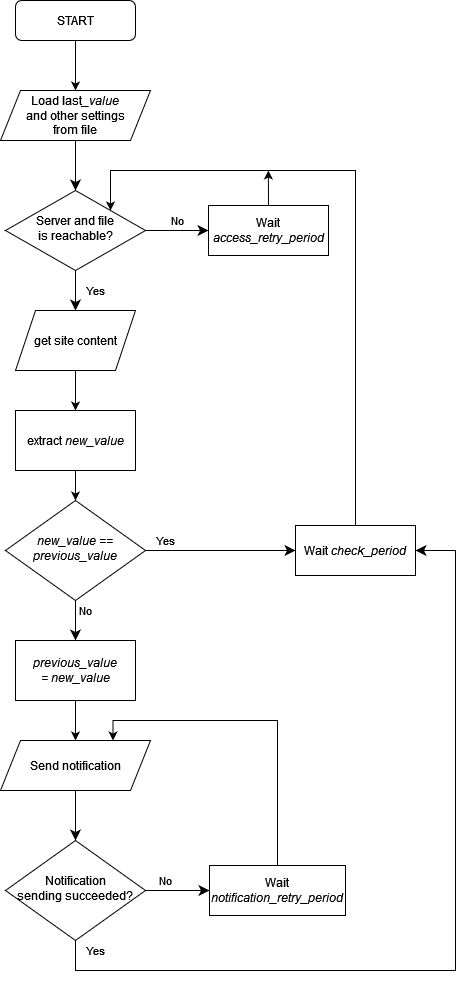
Earlier version of the draw.io export algorithm.drawio.png (Poly-Mentor/pans-webscraper). Source tidied: cells renumbered, new cells last; positions are measured from the earlier drawing's top-left corner, leaving out a move shared by most shapes. The source it was exported from:
```xml
<mxGraphModel>
  <root>
    <mxCell id="0" />
    <mxCell id="1" parent="0" />
    <mxCell id="2" style="rounded=0;html=1;jettySize=auto;fontSize=11;endArrow=classic;endFill=1;endSize=8;strokeWidth=1;shadow=0;labelBackgroundColor=none;edgeStyle=orthogonalEdgeStyle;exitX=0.5;exitY=1;exitDx=0;exitDy=0;" parent="1" edge="1" source="17" target="6">
      <mxGeometry relative="1" as="geometry" />
    </mxCell>
    <mxCell id="3" value="START" style="rounded=1;whiteSpace=wrap;html=1;fontSize=12;glass=0;strokeWidth=1;shadow=0;" parent="1" vertex="1">
      <mxGeometry x="15" width="120" height="40" as="geometry" />
    </mxCell>
    <mxCell id="4" value="Yes" style="rounded=0;html=1;jettySize=auto;fontSize=11;endArrow=classic;endFill=1;endSize=8;strokeWidth=1;shadow=0;labelBackgroundColor=none;edgeStyle=orthogonalEdgeStyle;entryX=0.5;entryY=0;entryDx=0;entryDy=0;" parent="1" edge="1" source="6" target="12">
      <mxGeometry y="20" relative="1" as="geometry" />
    </mxCell>
    <mxCell id="5" value="No" style="edgeStyle=orthogonalEdgeStyle;rounded=0;html=1;jettySize=auto;fontSize=11;endArrow=classic;endFill=1;endSize=8;strokeWidth=1;shadow=0;labelBackgroundColor=none;entryX=0;entryY=0.5;entryDx=0;entryDy=0;" parent="1" edge="1" source="6" target="8">
      <mxGeometry y="10" relative="1" as="geometry" />
    </mxCell>
    <mxCell id="6" value="Server and file&lt;div&gt;is reachable?&lt;/div&gt;" style="rhombus;whiteSpace=wrap;html=1;shadow=0;fontFamily=Helvetica;fontSize=12;align=center;strokeWidth=1;spacing=6;spacingTop=-4;" parent="1" vertex="1">
      <mxGeometry x="5" y="190" width="140" height="80" as="geometry" />
    </mxCell>
    <mxCell id="7" style="edgeStyle=orthogonalEdgeStyle;rounded=0;jettySize=auto;html=1;exitX=0.5;exitY=0;exitDx=0;exitDy=0;" parent="1" edge="1" source="8">
      <mxGeometry relative="1" as="geometry">
        <mxPoint x="267.9" y="170" as="targetPoint" />
      </mxGeometry>
    </mxCell>
    <mxCell id="8" value="Wait &lt;i&gt;access_retry_period&lt;/i&gt;" style="rounded=0;whiteSpace=wrap;html=1;fontSize=12;glass=0;strokeWidth=1;shadow=0;" parent="1" vertex="1">
      <mxGeometry x="208" y="205" width="120" height="50" as="geometry" />
    </mxCell>
    <mxCell id="9" value="No" style="rounded=0;html=1;jettySize=auto;fontSize=11;endArrow=classic;endFill=1;endSize=8;strokeWidth=1;shadow=0;labelBackgroundColor=none;edgeStyle=orthogonalEdgeStyle;entryX=0.5;entryY=0;entryDx=0;entryDy=0;" parent="1" edge="1" source="11" target="28">
      <mxGeometry x="-0.5" y="10" relative="1" as="geometry" />
    </mxCell>
    <mxCell id="10" value="Yes" style="edgeStyle=orthogonalEdgeStyle;rounded=0;html=1;jettySize=auto;fontSize=11;endArrow=classic;endFill=1;endSize=8;strokeWidth=1;shadow=0;labelBackgroundColor=none;entryX=0;entryY=0.5;entryDx=0;entryDy=0;" parent="1" edge="1" source="11" target="19">
      <mxGeometry x="-0.73" y="10" relative="1" as="geometry" />
    </mxCell>
    <mxCell id="11" value="&lt;i&gt;new_value == previous&lt;/i&gt;&lt;i&gt;_value&lt;/i&gt;" style="rhombus;whiteSpace=wrap;html=1;shadow=0;fontFamily=Helvetica;fontSize=12;align=center;strokeWidth=1;spacing=6;spacingTop=-4;" parent="1" vertex="1">
      <mxGeometry x="5" y="500" width="140" height="100" as="geometry" />
    </mxCell>
    <mxCell id="12" value="get site content" style="shape=parallelogram;perimeter=parallelogramPerimeter;whiteSpace=wrap;html=1;fixedSize=1;" parent="1" vertex="1">
      <mxGeometry x="15" y="310" width="120" height="60" as="geometry" />
    </mxCell>
    <mxCell id="13" value="extract &lt;i&gt;new_value&lt;/i&gt;" style="rounded=0;whiteSpace=wrap;html=1;" parent="1" vertex="1">
      <mxGeometry x="15" y="410" width="120" height="60" as="geometry" />
    </mxCell>
    <mxCell id="14" style="endArrow=classic;html=1;rounded=0;exitX=0.5;exitY=1;exitDx=0;exitDy=0;entryX=0.5;entryY=0;entryDx=0;entryDy=0;" parent="1" edge="1" source="12" target="13">
      <mxGeometry relative="1" as="geometry" />
    </mxCell>
    <mxCell id="15" style="endArrow=classic;html=1;rounded=0;exitX=0.5;exitY=1;exitDx=0;exitDy=0;entryX=0.5;entryY=0;entryDx=0;entryDy=0;" parent="1" edge="1" source="13" target="11">
      <mxGeometry relative="1" as="geometry" />
    </mxCell>
    <mxCell id="16" style="endArrow=classic;html=1;rounded=0;exitX=0.5;exitY=1;exitDx=0;exitDy=0;entryX=0.5;entryY=0;entryDx=0;entryDy=0;" parent="1" edge="1" source="3" target="17">
      <mxGeometry relative="1" as="geometry" />
    </mxCell>
    <mxCell id="17" value="Load last&lt;i&gt;_value&lt;/i&gt;&lt;div&gt;and other settings&lt;div&gt;from file&lt;/div&gt;&lt;/div&gt;" style="shape=parallelogram;perimeter=parallelogramPerimeter;whiteSpace=wrap;html=1;fixedSize=1;" parent="1" vertex="1">
      <mxGeometry y="90" width="150" height="50" as="geometry" />
    </mxCell>
    <mxCell id="18" style="edgeStyle=orthogonalEdgeStyle;rounded=0;jettySize=auto;html=1;exitX=0.5;exitY=0;exitDx=0;exitDy=0;entryX=1;entryY=0;entryDx=0;entryDy=0;" parent="1" edge="1" source="19" target="6">
      <mxGeometry relative="1" as="geometry">
        <Array as="points">
          <mxPoint x="355" y="170" />
          <mxPoint x="110" y="170" />
        </Array>
      </mxGeometry>
    </mxCell>
    <mxCell id="19" value="Wait &lt;i&gt;check_period&lt;/i&gt;" style="rounded=0;whiteSpace=wrap;html=1;fontSize=12;glass=0;strokeWidth=1;shadow=0;" parent="1" vertex="1">
      <mxGeometry x="295" y="525" width="120" height="50" as="geometry" />
    </mxCell>
    <mxCell id="20" style="rounded=0;html=1;jettySize=auto;fontSize=11;endArrow=classic;endFill=1;endSize=8;strokeWidth=1;shadow=0;labelBackgroundColor=none;edgeStyle=orthogonalEdgeStyle;exitX=0.5;exitY=1;exitDx=0;exitDy=0;" parent="1" edge="1" source="26" target="23">
      <mxGeometry relative="1" as="geometry" />
    </mxCell>
    <mxCell id="21" value="Yes" style="rounded=0;html=1;jettySize=auto;fontSize=11;endArrow=classic;endFill=1;endSize=8;strokeWidth=1;shadow=0;labelBackgroundColor=none;edgeStyle=orthogonalEdgeStyle;entryX=1;entryY=0.5;entryDx=0;entryDy=0;" parent="1" edge="1" source="23" target="19">
      <mxGeometry x="-0.98" y="20" relative="1" as="geometry">
        <Array as="points">
          <mxPoint x="75" y="970" />
          <mxPoint x="455" y="970" />
          <mxPoint x="455" y="550" />
        </Array>
      </mxGeometry>
    </mxCell>
    <mxCell id="22" value="No" style="edgeStyle=orthogonalEdgeStyle;rounded=0;html=1;jettySize=auto;fontSize=11;endArrow=classic;endFill=1;endSize=8;strokeWidth=1;shadow=0;labelBackgroundColor=none;entryX=0;entryY=0.5;entryDx=0;entryDy=0;" parent="1" edge="1" source="23" target="25">
      <mxGeometry x="-0.38" y="10" relative="1" as="geometry" />
    </mxCell>
    <mxCell id="23" value="Notification&lt;div&gt;sending succeeded?&lt;/div&gt;" style="rhombus;whiteSpace=wrap;html=1;shadow=0;fontFamily=Helvetica;fontSize=12;align=center;strokeWidth=1;spacing=6;spacingTop=-4;" parent="1" vertex="1">
      <mxGeometry x="5" y="840" width="140" height="100" as="geometry" />
    </mxCell>
    <mxCell id="24" style="edgeStyle=orthogonalEdgeStyle;rounded=0;jettySize=auto;html=1;exitX=0.5;exitY=0;exitDx=0;exitDy=0;entryX=0.75;entryY=0;entryDx=0;entryDy=0;" parent="1" edge="1" source="25" target="26">
      <mxGeometry relative="1" as="geometry" />
    </mxCell>
    <mxCell id="25" value="Wait &lt;i&gt;notification_retry_period&lt;/i&gt;" style="rounded=0;whiteSpace=wrap;html=1;fontSize=12;glass=0;strokeWidth=1;shadow=0;" parent="1" vertex="1">
      <mxGeometry x="209" y="865" width="136" height="50" as="geometry" />
    </mxCell>
    <mxCell id="26" value="Send notification" style="shape=parallelogram;perimeter=parallelogramPerimeter;whiteSpace=wrap;html=1;fixedSize=1;" parent="1" vertex="1">
      <mxGeometry y="740" width="150" height="50" as="geometry" />
    </mxCell>
    <mxCell id="27" style="edgeStyle=orthogonalEdgeStyle;rounded=0;jettySize=auto;html=1;exitX=0.5;exitY=1;exitDx=0;exitDy=0;entryX=0.5;entryY=0;entryDx=0;entryDy=0;" parent="1" edge="1" source="28" target="26">
      <mxGeometry relative="1" as="geometry" />
    </mxCell>
    <mxCell id="28" value="&lt;i&gt;previous_value =&amp;nbsp;&lt;/i&gt;&lt;i&gt;new_value&lt;/i&gt;" style="rounded=0;whiteSpace=wrap;html=1;" parent="1" vertex="1">
      <mxGeometry x="15" y="640" width="120" height="60" as="geometry" />
    </mxCell>
  </root>
</mxGraphModel>
```
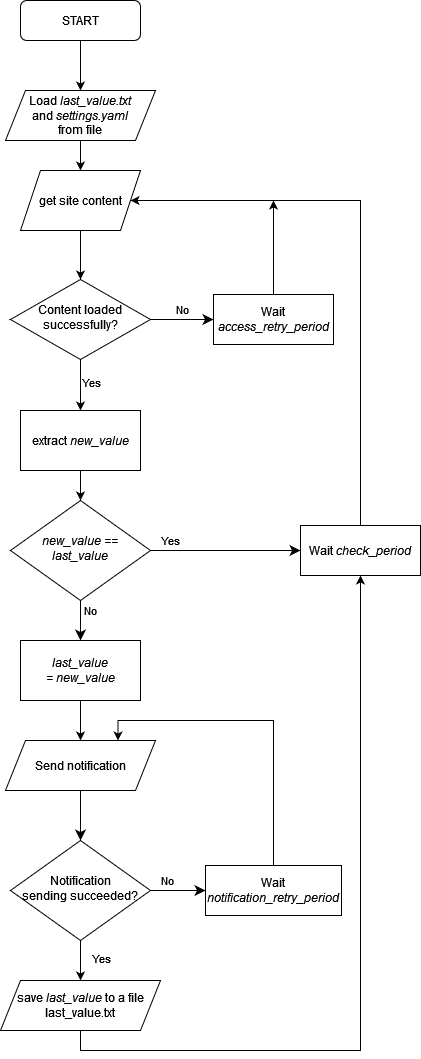
Above is the later version.

Commit message:
added settings file, updated algorithm

Diff of the diagram source:
```diff
@@ -2,28 +2,30 @@
   <root>
     <mxCell id="0" />
     <mxCell id="1" parent="0" />
-    <mxCell id="2" style="rounded=0;html=1;jettySize=auto;fontSize=11;endArrow=classic;endFill=1;endSize=8;strokeWidth=1;shadow=0;labelBackgroundColor=none;edgeStyle=orthogonalEdgeStyle;exitX=0.5;exitY=1;exitDx=0;exitDy=0;" parent="1" edge="1" source="17" target="6">
-      <mxGeometry relative="1" as="geometry" />
-    </mxCell>
     <mxCell id="3" value="START" style="rounded=1;whiteSpace=wrap;html=1;fontSize=12;glass=0;strokeWidth=1;shadow=0;" parent="1" vertex="1">
       <mxGeometry x="15" width="120" height="40" as="geometry" />
     </mxCell>
-    <mxCell id="4" value="Yes" style="rounded=0;html=1;jettySize=auto;fontSize=11;endArrow=classic;endFill=1;endSize=8;strokeWidth=1;shadow=0;labelBackgroundColor=none;edgeStyle=orthogonalEdgeStyle;entryX=0.5;entryY=0;entryDx=0;entryDy=0;" parent="1" edge="1" source="6" target="12">
-      <mxGeometry y="20" relative="1" as="geometry" />
-    </mxCell>
     <mxCell id="5" value="No" style="edgeStyle=orthogonalEdgeStyle;rounded=0;html=1;jettySize=auto;fontSize=11;endArrow=classic;endFill=1;endSize=8;strokeWidth=1;shadow=0;labelBackgroundColor=none;entryX=0;entryY=0.5;entryDx=0;entryDy=0;" parent="1" edge="1" source="6" target="8">
       <mxGeometry y="10" relative="1" as="geometry" />
     </mxCell>
+    <mxCell id="29" style="edgeStyle=orthogonalEdgeStyle;rounded=0;jettySize=auto;html=1;exitX=0.5;exitY=1;exitDx=0;exitDy=0;entryX=0.5;entryY=0;entryDx=0;entryDy=0;" parent="1" edge="1" source="6" target="13">
+      <mxGeometry relative="1" as="geometry" />
+    </mxCell>
+    <mxCell id="30" value="Yes" style="edgeLabel;html=1;align=center;verticalAlign=middle;" parent="29" vertex="1">
+      <mxGeometry x="0.09" relative="1" as="geometry">
+        <mxPoint x="10" y="-6" as="offset" />
+      </mxGeometry>
+    </mxCell>
-    <mxCell id="6" value="Server and file&lt;div&gt;is reachable?&lt;/div&gt;" style="rhombus;whiteSpace=wrap;html=1;shadow=0;fontFamily=Helvetica;fontSize=12;align=center;strokeWidth=1;spacing=6;spacingTop=-4;" parent="1" vertex="1">
-      <mxGeometry x="5" y="190" width="140" height="80" as="geometry" />
+    <mxCell id="6" value="Content loaded&lt;div&gt;successfully?&lt;/div&gt;" style="rhombus;whiteSpace=wrap;html=1;shadow=0;fontFamily=Helvetica;fontSize=12;align=center;strokeWidth=1;spacing=6;spacingTop=-4;" parent="1" vertex="1">
+      <mxGeometry x="5" y="279" width="140" height="80" as="geometry" />
     </mxCell>
     <mxCell id="7" style="edgeStyle=orthogonalEdgeStyle;rounded=0;jettySize=auto;html=1;exitX=0.5;exitY=0;exitDx=0;exitDy=0;" parent="1" edge="1" source="8">
       <mxGeometry relative="1" as="geometry">
-        <mxPoint x="267.9" y="170" as="targetPoint" />
+        <mxPoint x="268" y="200" as="targetPoint" />
       </mxGeometry>
     </mxCell>
     <mxCell id="8" value="Wait &lt;i&gt;access_retry_period&lt;/i&gt;" style="rounded=0;whiteSpace=wrap;html=1;fontSize=12;glass=0;strokeWidth=1;shadow=0;" parent="1" vertex="1">
-      <mxGeometry x="208" y="205" width="120" height="50" as="geometry" />
+      <mxGeometry x="208" y="294" width="120" height="50" as="geometry" />
     </mxCell>
     <mxCell id="9" value="No" style="rounded=0;html=1;jettySize=auto;fontSize=11;endArrow=classic;endFill=1;endSize=8;strokeWidth=1;shadow=0;labelBackgroundColor=none;edgeStyle=orthogonalEdgeStyle;entryX=0.5;entryY=0;entryDx=0;entryDy=0;" parent="1" edge="1" source="11" target="28">
       <mxGeometry x="-0.5" y="10" relative="1" as="geometry" />
@@ -31,32 +33,34 @@
     <mxCell id="10" value="Yes" style="edgeStyle=orthogonalEdgeStyle;rounded=0;html=1;jettySize=auto;fontSize=11;endArrow=classic;endFill=1;endSize=8;strokeWidth=1;shadow=0;labelBackgroundColor=none;entryX=0;entryY=0.5;entryDx=0;entryDy=0;" parent="1" edge="1" source="11" target="19">
       <mxGeometry x="-0.73" y="10" relative="1" as="geometry" />
     </mxCell>
-    <mxCell id="11" value="&lt;i&gt;new_value == previous&lt;/i&gt;&lt;i&gt;_value&lt;/i&gt;" style="rhombus;whiteSpace=wrap;html=1;shadow=0;fontFamily=Helvetica;fontSize=12;align=center;strokeWidth=1;spacing=6;spacingTop=-4;" parent="1" vertex="1">
+    <mxCell id="11" value="&lt;i&gt;new_value == last&lt;/i&gt;&lt;i&gt;_value&lt;/i&gt;" style="rhombus;whiteSpace=wrap;html=1;shadow=0;fontFamily=Helvetica;fontSize=12;align=center;strokeWidth=1;spacing=6;spacingTop=-4;" parent="1" vertex="1">
       <mxGeometry x="5" y="500" width="140" height="100" as="geometry" />
     </mxCell>
+    <mxCell id="31" style="edgeStyle=orthogonalEdgeStyle;rounded=0;jettySize=auto;html=1;exitX=0.5;exitY=1;exitDx=0;exitDy=0;entryX=0.5;entryY=0;entryDx=0;entryDy=0;" parent="1" edge="1" source="12" target="6">
+      <mxGeometry relative="1" as="geometry" />
+    </mxCell>
     <mxCell id="12" value="get site content" style="shape=parallelogram;perimeter=parallelogramPerimeter;whiteSpace=wrap;html=1;fixedSize=1;" parent="1" vertex="1">
-      <mxGeometry x="15" y="310" width="120" height="60" as="geometry" />
+      <mxGeometry x="15" y="170" width="120" height="60" as="geometry" />
     </mxCell>
     <mxCell id="13" value="extract &lt;i&gt;new_value&lt;/i&gt;" style="rounded=0;whiteSpace=wrap;html=1;" parent="1" vertex="1">
       <mxGeometry x="15" y="410" width="120" height="60" as="geometry" />
     </mxCell>
-    <mxCell id="14" style="endArrow=classic;html=1;rounded=0;exitX=0.5;exitY=1;exitDx=0;exitDy=0;entryX=0.5;entryY=0;entryDx=0;entryDy=0;" parent="1" edge="1" source="12" target="13">
-      <mxGeometry relative="1" as="geometry" />
-    </mxCell>
     <mxCell id="15" style="endArrow=classic;html=1;rounded=0;exitX=0.5;exitY=1;exitDx=0;exitDy=0;entryX=0.5;entryY=0;entryDx=0;entryDy=0;" parent="1" edge="1" source="13" target="11">
       <mxGeometry relative="1" as="geometry" />
     </mxCell>
     <mxCell id="16" style="endArrow=classic;html=1;rounded=0;exitX=0.5;exitY=1;exitDx=0;exitDy=0;entryX=0.5;entryY=0;entryDx=0;entryDy=0;" parent="1" edge="1" source="3" target="17">
       <mxGeometry relative="1" as="geometry" />
     </mxCell>
+    <mxCell id="32" style="edgeStyle=orthogonalEdgeStyle;rounded=0;jettySize=auto;html=1;exitX=0.5;exitY=1;exitDx=0;exitDy=0;entryX=0.5;entryY=0;entryDx=0;entryDy=0;" parent="1" edge="1" source="17" target="12">
+      <mxGeometry relative="1" as="geometry" />
+    </mxCell>
-    <mxCell id="17" value="Load last&lt;i&gt;_value&lt;/i&gt;&lt;div&gt;and other settings&lt;div&gt;from file&lt;/div&gt;&lt;/div&gt;" style="shape=parallelogram;perimeter=parallelogramPerimeter;whiteSpace=wrap;html=1;fixedSize=1;" parent="1" vertex="1">
+    <mxCell id="17" value="Load &lt;i&gt;last_value.txt&lt;/i&gt;&lt;div&gt;and &lt;i&gt;settings.yaml&lt;/i&gt;&lt;div&gt;from file&lt;/div&gt;&lt;/div&gt;" style="shape=parallelogram;perimeter=parallelogramPerimeter;whiteSpace=wrap;html=1;fixedSize=1;" parent="1" vertex="1">
       <mxGeometry y="90" width="150" height="50" as="geometry" />
     </mxCell>
-    <mxCell id="18" style="edgeStyle=orthogonalEdgeStyle;rounded=0;jettySize=auto;html=1;exitX=0.5;exitY=0;exitDx=0;exitDy=0;entryX=1;entryY=0;entryDx=0;entryDy=0;" parent="1" edge="1" source="19" target="6">
+    <mxCell id="18" style="edgeStyle=orthogonalEdgeStyle;rounded=0;jettySize=auto;html=1;exitX=0.5;exitY=0;exitDx=0;exitDy=0;entryX=1;entryY=0.5;entryDx=0;entryDy=0;" parent="1" edge="1" source="19" target="12">
       <mxGeometry relative="1" as="geometry">
         <Array as="points">
-          <mxPoint x="355" y="170" />
-          <mxPoint x="110" y="170" />
+          <mxPoint x="355" y="200" />
         </Array>
       </mxGeometry>
     </mxCell>
@@ -66,18 +70,17 @@
     <mxCell id="20" style="rounded=0;html=1;jettySize=auto;fontSize=11;endArrow=classic;endFill=1;endSize=8;strokeWidth=1;shadow=0;labelBackgroundColor=none;edgeStyle=orthogonalEdgeStyle;exitX=0.5;exitY=1;exitDx=0;exitDy=0;" parent="1" edge="1" source="26" target="23">
       <mxGeometry relative="1" as="geometry" />
     </mxCell>
-    <mxCell id="21" value="Yes" style="rounded=0;html=1;jettySize=auto;fontSize=11;endArrow=classic;endFill=1;endSize=8;strokeWidth=1;shadow=0;labelBackgroundColor=none;edgeStyle=orthogonalEdgeStyle;entryX=1;entryY=0.5;entryDx=0;entryDy=0;" parent="1" edge="1" source="23" target="19">
-      <mxGeometry x="-0.98" y="20" relative="1" as="geometry">
-        <Array as="points">
-          <mxPoint x="75" y="970" />
-          <mxPoint x="455" y="970" />
-          <mxPoint x="455" y="550" />
-        </Array>
-      </mxGeometry>
-    </mxCell>
     <mxCell id="22" value="No" style="edgeStyle=orthogonalEdgeStyle;rounded=0;html=1;jettySize=auto;fontSize=11;endArrow=classic;endFill=1;endSize=8;strokeWidth=1;shadow=0;labelBackgroundColor=none;entryX=0;entryY=0.5;entryDx=0;entryDy=0;" parent="1" edge="1" source="23" target="25">
       <mxGeometry x="-0.38" y="10" relative="1" as="geometry" />
     </mxCell>
+    <mxCell id="33" style="edgeStyle=orthogonalEdgeStyle;rounded=0;jettySize=auto;html=1;exitX=0.5;exitY=1;exitDx=0;exitDy=0;entryX=0.5;entryY=0;entryDx=0;entryDy=0;" parent="1" edge="1" source="23" target="36">
+      <mxGeometry relative="1" as="geometry" />
+    </mxCell>
+    <mxCell id="34" value="Yes" style="edgeLabel;html=1;align=center;verticalAlign=middle;" parent="33" vertex="1">
+      <mxGeometry x="-0.16" y="-1" relative="1" as="geometry">
+        <mxPoint x="21" as="offset" />
+      </mxGeometry>
+    </mxCell>
     <mxCell id="23" value="Notification&lt;div&gt;sending succeeded?&lt;/div&gt;" style="rhombus;whiteSpace=wrap;html=1;shadow=0;fontFamily=Helvetica;fontSize=12;align=center;strokeWidth=1;spacing=6;spacingTop=-4;" parent="1" vertex="1">
       <mxGeometry x="5" y="840" width="140" height="100" as="geometry" />
     </mxCell>
@@ -85,7 +88,7 @@
       <mxGeometry relative="1" as="geometry" />
     </mxCell>
     <mxCell id="25" value="Wait &lt;i&gt;notification_retry_period&lt;/i&gt;" style="rounded=0;whiteSpace=wrap;html=1;fontSize=12;glass=0;strokeWidth=1;shadow=0;" parent="1" vertex="1">
-      <mxGeometry x="209" y="865" width="136" height="50" as="geometry" />
+      <mxGeometry x="200" y="865" width="136" height="50" as="geometry" />
     </mxCell>
     <mxCell id="26" value="Send notification" style="shape=parallelogram;perimeter=parallelogramPerimeter;whiteSpace=wrap;html=1;fixedSize=1;" parent="1" vertex="1">
       <mxGeometry y="740" width="150" height="50" as="geometry" />
@@ -93,8 +96,14 @@
     <mxCell id="27" style="edgeStyle=orthogonalEdgeStyle;rounded=0;jettySize=auto;html=1;exitX=0.5;exitY=1;exitDx=0;exitDy=0;entryX=0.5;entryY=0;entryDx=0;entryDy=0;" parent="1" edge="1" source="28" target="26">
       <mxGeometry relative="1" as="geometry" />
     </mxCell>
-    <mxCell id="28" value="&lt;i&gt;previous_value =&amp;nbsp;&lt;/i&gt;&lt;i&gt;new_value&lt;/i&gt;" style="rounded=0;whiteSpace=wrap;html=1;" parent="1" vertex="1">
+    <mxCell id="28" value="&lt;i&gt;last_value =&amp;nbsp;&lt;/i&gt;&lt;i&gt;new_value&lt;/i&gt;" style="rounded=0;whiteSpace=wrap;html=1;" parent="1" vertex="1">
       <mxGeometry x="15" y="640" width="120" height="60" as="geometry" />
     </mxCell>
+    <mxCell id="35" style="edgeStyle=orthogonalEdgeStyle;rounded=0;jettySize=auto;html=1;exitX=0.5;exitY=1;exitDx=0;exitDy=0;entryX=0.5;entryY=1;entryDx=0;entryDy=0;" parent="1" edge="1" source="36" target="19">
+      <mxGeometry relative="1" as="geometry" />
+    </mxCell>
+    <mxCell id="36" value="save &lt;i&gt;last_value&lt;/i&gt;&amp;nbsp;to a file&lt;div&gt;last_value.txt&lt;/div&gt;" style="shape=parallelogram;perimeter=parallelogramPerimeter;whiteSpace=wrap;html=1;fixedSize=1;" parent="1" vertex="1">
+      <mxGeometry x="-5" y="980" width="160" height="50" as="geometry" />
+    </mxCell>
   </root>
 </mxGraphModel>
```
